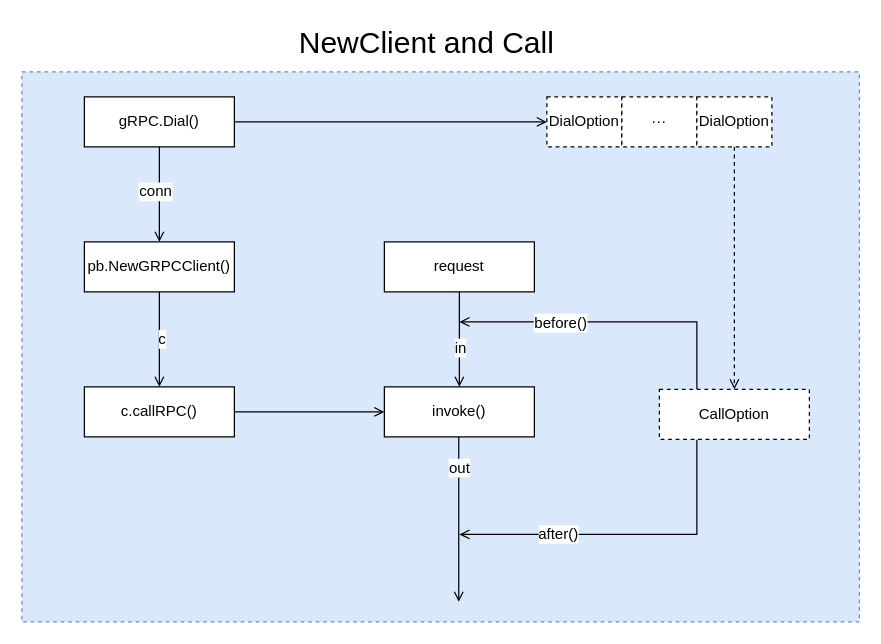
This is gRPC-call.drawio from abserari/draw.io, a draw.io file, before an edit. Source tidied: cells renumbered, new cells numbered last; positions are measured from the earlier drawing's top-left corner, leaving out a move shared by most shapes. Both pictures are drawn from the tidied source at 125%, with x=0, y=0 at pixel (21, 21).
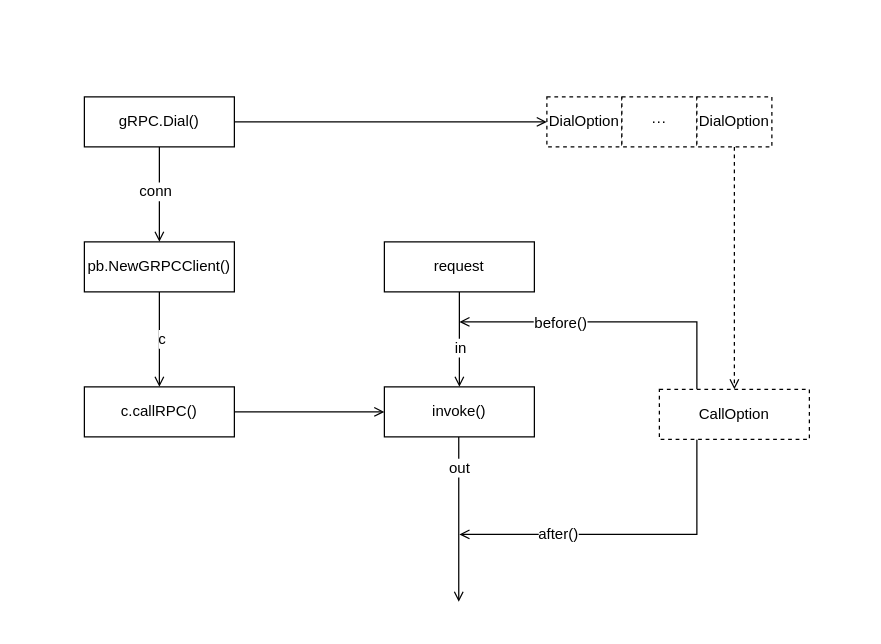
The same page after the edit.

Unchanged cells that the change refers to:
```xml
<mxCell id="2" style="group;" parent="1" vertex="1">
  <mxGeometry width="670" height="480" as="geometry" />
</mxCell>
```

Diff of the diagram source:
```diff
@@
-    <mxCell id="3" style="rounded=0;whiteSpace=wrap;html=1;shadow=0;glass=0;dashed=1;comic=0;fillColor=#dae8fc;strokeColor=#6c8ebf;" parent="2" vertex="1">
-      <mxGeometry y="40" width="670" height="440" as="geometry" />
-    </mxCell>
@@
-    <mxCell id="29" value="NewClient and Call" style="text;html=1;align=left;verticalAlign=top;spacingTop=-4;fontSize=24;" parent="2" vertex="1">
-      <mxGeometry x="220" width="120" height="20" as="geometry" />
-    </mxCell>
```
